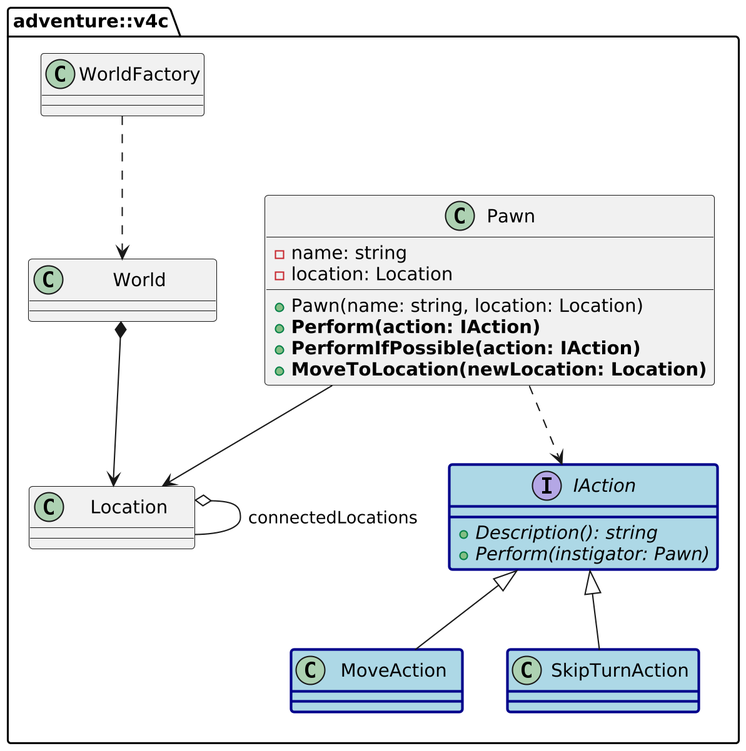
Earlier version of the PlantUML export Folien/Notebooks/Code-Along/Woche 4/img/adventure-v4c-overview.png (Coding-Academy-Munich/csharp-clean-code-de).
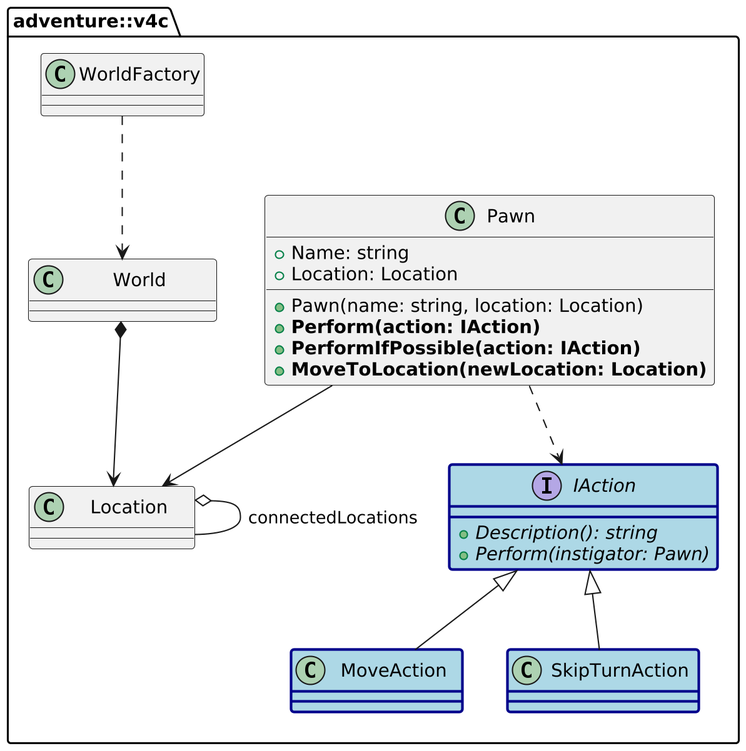
After the change.

The edit, as a diff of the source:
```diff
@@ -19,8 +19,8 @@
     }
 
     class Pawn {
-        - name: string
-        - location: Location
+        + Name: string
+        + Location: Location
         + Pawn(name: string, location: Location)
         + <b>Perform(action: IAction)</b>
         + <b>PerformIfPossible(action: IAction)</b>
```
